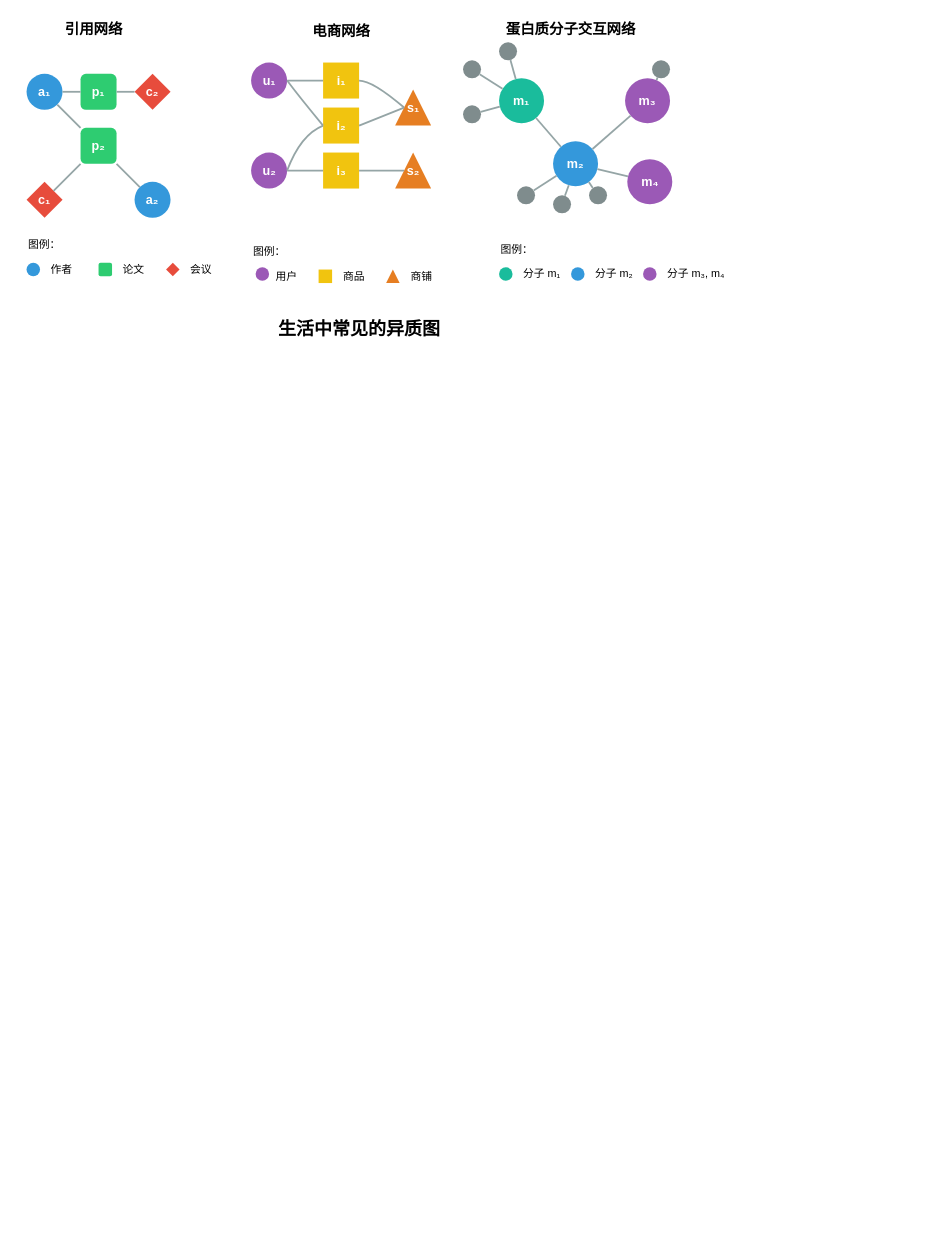
Above: bishe.drawio in BAWWH/baoyan-blog (draw.io), before the change. Source tidied: cells renumbered, new cells numbered last; positions are measured from the earlier drawing's top-left corner, leaving out a move shared by most shapes. Both pictures are drawn from the tidied source at 90%, with x=0, y=0 at pixel (22, 15).
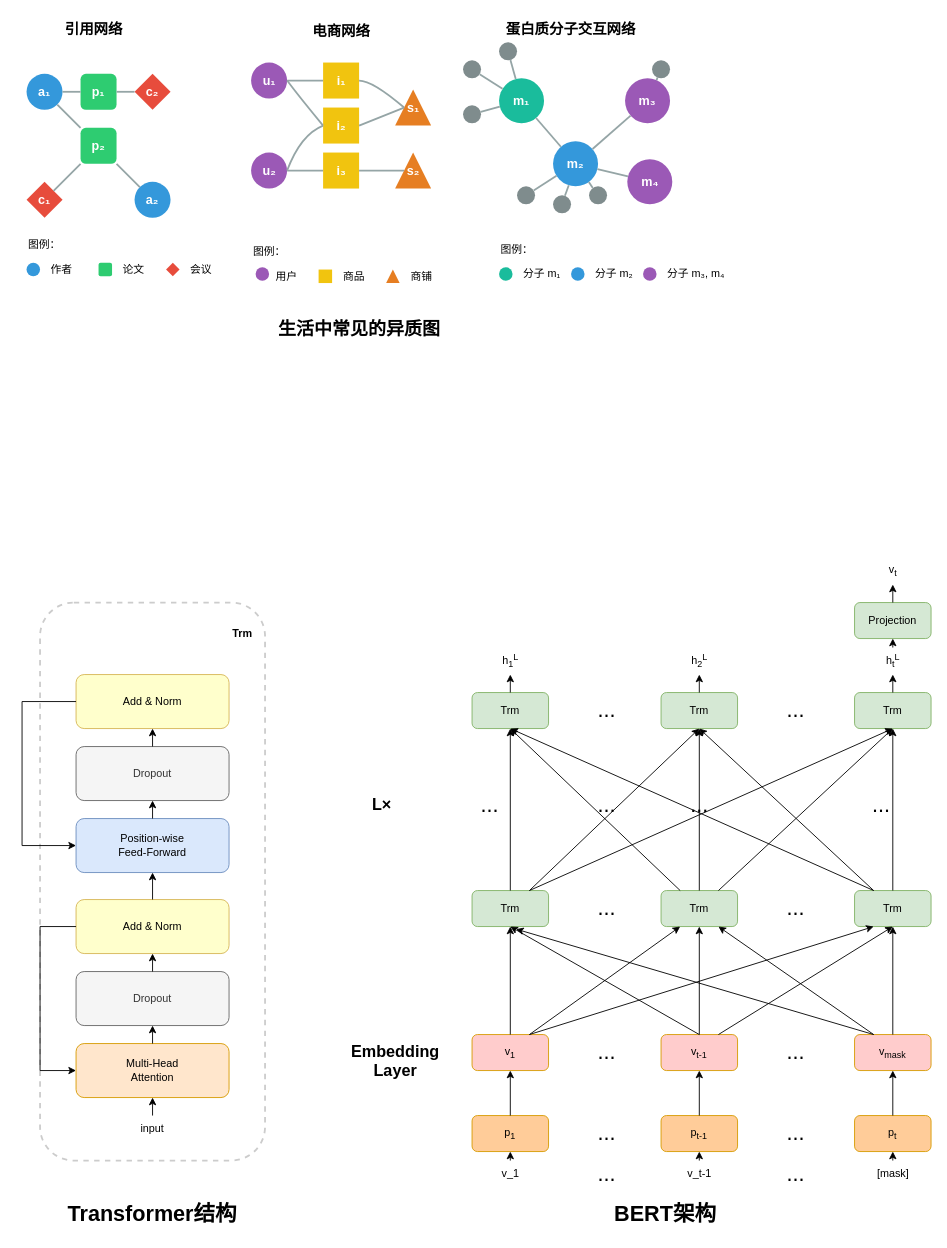
Above is the later version.

Change to the diagram source:
```diff
@@
+    <mxCell id="73" style="rounded=1;whiteSpace=wrap;html=1;dashed=1;strokeWidth=2;fillColor=none;strokeColor=#CCCCCC;" parent="1" vertex="1">
+      <mxGeometry x="20" y="652" width="250" height="620" as="geometry" />
+    </mxCell>
+    <mxCell id="74" value="Transformer结构" style="text;html=1;strokeColor=none;fillColor=none;align=center;verticalAlign=middle;whiteSpace=wrap;rounded=0;fontSize=24;fontStyle=1;" parent="1" vertex="1">
+      <mxGeometry x="20" y="1312" width="250" height="40" as="geometry" />
+    </mxCell>
+    <mxCell id="75" value="Add &amp; Norm" style="rounded=1;whiteSpace=wrap;html=1;fillColor=#FFFFCC;strokeColor=#d6b656;" parent="1" vertex="1">
+      <mxGeometry x="60" y="732" width="170" height="60" as="geometry" />
+    </mxCell>
+    <mxCell id="76" value="Dropout" style="rounded=1;whiteSpace=wrap;html=1;fillColor=#F5F5F5;strokeColor=#666666;fontColor=#333333;" parent="1" vertex="1">
+      <mxGeometry x="60" y="812" width="170" height="60" as="geometry" />
+    </mxCell>
+    <mxCell id="77" value="Position-wise&#10;Feed-Forward" style="rounded=1;whiteSpace=wrap;html=1;fillColor=#dae8fc;strokeColor=#6c8ebf;" parent="1" vertex="1">
+      <mxGeometry x="60" y="892" width="170" height="60" as="geometry" />
+    </mxCell>
+    <mxCell id="78" value="Add &amp; Norm" style="rounded=1;whiteSpace=wrap;html=1;fillColor=#FFFFCC;strokeColor=#d6b656;" parent="1" vertex="1">
+      <mxGeometry x="60" y="982" width="170" height="60" as="geometry" />
+    </mxCell>
+    <mxCell id="79" value="Dropout" style="rounded=1;whiteSpace=wrap;html=1;fillColor=#F5F5F5;strokeColor=#666666;fontColor=#333333;" parent="1" vertex="1">
+      <mxGeometry x="60" y="1062" width="170" height="60" as="geometry" />
+    </mxCell>
+    <mxCell id="80" value="Multi-Head&#10;Attention" style="rounded=1;whiteSpace=wrap;html=1;fillColor=#ffe6cc;strokeColor=#d79b00;" parent="1" vertex="1">
+      <mxGeometry x="60" y="1142" width="170" height="60" as="geometry" />
+    </mxCell>
+    <mxCell id="81" value="input" style="text;html=1;strokeColor=none;fillColor=none;align=center;verticalAlign=middle;whiteSpace=wrap;rounded=0;" parent="1" vertex="1">
+      <mxGeometry x="115" y="1222" width="60" height="30" as="geometry" />
+    </mxCell>
+    <mxCell id="82" value="Trm" style="text;html=1;strokeColor=none;fillColor=none;align=center;verticalAlign=middle;whiteSpace=wrap;rounded=0;fontStyle=1;" parent="1" vertex="1">
+      <mxGeometry x="225" y="672" width="40" height="30" as="geometry" />
+    </mxCell>
+    <mxCell id="83" style="endArrow=classic;html=1;rounded=0;entryX=0.5;entryY=1;entryDx=0;entryDy=0;exitX=0.5;exitY=0;exitDx=0;exitDy=0;" parent="1" edge="1" source="81" target="80">
+      <mxGeometry relative="1" as="geometry" />
+    </mxCell>
+    <mxCell id="84" style="endArrow=classic;html=1;rounded=0;entryX=0.5;entryY=1;entryDx=0;entryDy=0;exitX=0.5;exitY=0;exitDx=0;exitDy=0;" parent="1" edge="1" source="80" target="79">
+      <mxGeometry relative="1" as="geometry" />
+    </mxCell>
+    <mxCell id="85" style="endArrow=classic;html=1;rounded=0;entryX=0.5;entryY=1;entryDx=0;entryDy=0;exitX=0.5;exitY=0;exitDx=0;exitDy=0;" parent="1" edge="1" source="79" target="78">
+      <mxGeometry relative="1" as="geometry" />
+    </mxCell>
+    <mxCell id="86" style="endArrow=classic;html=1;rounded=0;entryX=0.5;entryY=1;entryDx=0;entryDy=0;exitX=0.5;exitY=0;exitDx=0;exitDy=0;" parent="1" edge="1" source="78" target="77">
+      <mxGeometry relative="1" as="geometry" />
+    </mxCell>
+    <mxCell id="87" style="endArrow=classic;html=1;rounded=0;entryX=0.5;entryY=1;entryDx=0;entryDy=0;exitX=0.5;exitY=0;exitDx=0;exitDy=0;" parent="1" edge="1" source="77" target="76">
+      <mxGeometry relative="1" as="geometry" />
+    </mxCell>
+    <mxCell id="88" style="endArrow=classic;html=1;rounded=0;entryX=0.5;entryY=1;entryDx=0;entryDy=0;exitX=0.5;exitY=0;exitDx=0;exitDy=0;" parent="1" edge="1" source="76" target="75">
+      <mxGeometry relative="1" as="geometry" />
+    </mxCell>
+    <mxCell id="89" style="endArrow=classic;html=1;rounded=0;exitX=0;exitY=0.5;exitDx=0;exitDy=0;entryX=0;entryY=0.5;entryDx=0;entryDy=0;" parent="1" edge="1" source="78" target="80">
+      <mxGeometry relative="1" as="geometry">
+        <Array as="points">
+          <mxPoint x="20" y="1012" />
+          <mxPoint x="20" y="1172" />
+        </Array>
+      </mxGeometry>
+    </mxCell>
+    <mxCell id="90" style="endArrow=classic;html=1;rounded=0;exitX=0;exitY=0.5;exitDx=0;exitDy=0;entryX=0;entryY=0.5;entryDx=0;entryDy=0;" parent="1" edge="1" source="75" target="77">
+      <mxGeometry relative="1" as="geometry">
+        <Array as="points">
+          <mxPoint y="762" />
+          <mxPoint y="922" />
+        </Array>
+      </mxGeometry>
+    </mxCell>
+    <mxCell id="91" value="BERT架构" style="text;html=1;strokeColor=none;fillColor=none;align=center;verticalAlign=middle;whiteSpace=wrap;rounded=0;fontSize=24;fontStyle=1;" parent="1" vertex="1">
+      <mxGeometry x="590" y="1312" width="250" height="40" as="geometry" />
+    </mxCell>
+    <mxCell id="92" value="Projection" style="rounded=1;whiteSpace=wrap;html=1;fillColor=#d5e8d4;strokeColor=#82b366;" parent="1" vertex="1">
+      <mxGeometry x="925" y="652" width="85" height="40" as="geometry" />
+    </mxCell>
+    <mxCell id="93" value="v&lt;sub&gt;t&lt;/sub&gt;" style="text;html=1;strokeColor=none;fillColor=none;align=center;verticalAlign=middle;whiteSpace=wrap;rounded=0;" parent="1" vertex="1">
+      <mxGeometry x="937.5" y="602" width="60" height="30" as="geometry" />
+    </mxCell>
+    <mxCell id="94" style="endArrow=classic;html=1;rounded=0;entryX=0.5;entryY=1;entryDx=0;entryDy=0;exitX=0.5;exitY=0;exitDx=0;exitDy=0;" parent="1" edge="1" source="92" target="93">
+      <mxGeometry relative="1" as="geometry" />
+    </mxCell>
+    <mxCell id="95" value="Trm" style="rounded=1;whiteSpace=wrap;html=1;fillColor=#d5e8d4;strokeColor=#82b366;" parent="1" vertex="1">
+      <mxGeometry x="500" y="752" width="85" height="40" as="geometry" />
+    </mxCell>
+    <mxCell id="96" value="Trm" style="rounded=1;whiteSpace=wrap;html=1;fillColor=#d5e8d4;strokeColor=#82b366;" parent="1" vertex="1">
+      <mxGeometry x="710" y="752" width="85" height="40" as="geometry" />
+    </mxCell>
+    <mxCell id="97" value="Trm" style="rounded=1;whiteSpace=wrap;html=1;fillColor=#d5e8d4;strokeColor=#82b366;" parent="1" vertex="1">
+      <mxGeometry x="925" y="752" width="85" height="40" as="geometry" />
+    </mxCell>
+    <mxCell id="98" value="h&lt;sub&gt;1&lt;/sub&gt;&lt;sup&gt;L&lt;/sup&gt;" style="text;html=1;strokeColor=none;fillColor=none;align=center;verticalAlign=middle;whiteSpace=wrap;rounded=0;" parent="1" vertex="1">
+      <mxGeometry x="512.5" y="702" width="60" height="30" as="geometry" />
+    </mxCell>
+    <mxCell id="99" value="h&lt;sub&gt;2&lt;/sub&gt;&lt;sup&gt;L&lt;/sup&gt;" style="text;html=1;strokeColor=none;fillColor=none;align=center;verticalAlign=middle;whiteSpace=wrap;rounded=0;" parent="1" vertex="1">
+      <mxGeometry x="722.5" y="702" width="60" height="30" as="geometry" />
+    </mxCell>
+    <mxCell id="100" value="h&lt;sub&gt;t&lt;/sub&gt;&lt;sup&gt;L&lt;/sup&gt;" style="text;html=1;strokeColor=none;fillColor=none;align=center;verticalAlign=middle;whiteSpace=wrap;rounded=0;" parent="1" vertex="1">
+      <mxGeometry x="937.5" y="702" width="60" height="30" as="geometry" />
+    </mxCell>
+    <mxCell id="101" style="endArrow=classic;html=1;rounded=0;entryX=0.5;entryY=1;entryDx=0;entryDy=0;exitX=0.5;exitY=0;exitDx=0;exitDy=0;" parent="1" edge="1" source="95" target="98">
+      <mxGeometry relative="1" as="geometry" />
+    </mxCell>
+    <mxCell id="102" style="endArrow=classic;html=1;rounded=0;entryX=0.5;entryY=1;entryDx=0;entryDy=0;exitX=0.5;exitY=0;exitDx=0;exitDy=0;" parent="1" edge="1" source="96" target="99">
+      <mxGeometry relative="1" as="geometry" />
+    </mxCell>
+    <mxCell id="103" style="endArrow=classic;html=1;rounded=0;entryX=0.5;entryY=1;entryDx=0;entryDy=0;exitX=0.5;exitY=0;exitDx=0;exitDy=0;" parent="1" edge="1" source="97" target="100">
+      <mxGeometry relative="1" as="geometry" />
+    </mxCell>
+    <mxCell id="104" style="endArrow=classic;html=1;rounded=0;entryX=0.5;entryY=1;entryDx=0;entryDy=0;exitX=0.5;exitY=0;exitDx=0;exitDy=0;" parent="1" edge="1" source="100" target="92">
+      <mxGeometry relative="1" as="geometry" />
+    </mxCell>
+    <mxCell id="105" value="L×" style="text;html=1;strokeColor=none;fillColor=none;align=center;verticalAlign=middle;whiteSpace=wrap;rounded=0;fontSize=18;fontStyle=1;" parent="1" vertex="1">
+      <mxGeometry x="370" y="862" width="60" height="30" as="geometry" />
+    </mxCell>
+    <mxCell id="106" value="Trm" style="rounded=1;whiteSpace=wrap;html=1;fillColor=#d5e8d4;strokeColor=#82b366;" parent="1" vertex="1">
+      <mxGeometry x="500" y="972" width="85" height="40" as="geometry" />
+    </mxCell>
+    <mxCell id="107" value="Trm" style="rounded=1;whiteSpace=wrap;html=1;fillColor=#d5e8d4;strokeColor=#82b366;" parent="1" vertex="1">
+      <mxGeometry x="710" y="972" width="85" height="40" as="geometry" />
+    </mxCell>
+    <mxCell id="108" value="Trm" style="rounded=1;whiteSpace=wrap;html=1;fillColor=#d5e8d4;strokeColor=#82b366;" parent="1" vertex="1">
+      <mxGeometry x="925" y="972" width="85" height="40" as="geometry" />
+    </mxCell>
+    <mxCell id="109" value="..." style="text;html=1;strokeColor=none;fillColor=none;align=center;verticalAlign=middle;whiteSpace=wrap;rounded=0;fontSize=24;" parent="1" vertex="1">
+      <mxGeometry x="620" y="757" width="60" height="30" as="geometry" />
+    </mxCell>
+    <mxCell id="110" value="..." style="text;html=1;strokeColor=none;fillColor=none;align=center;verticalAlign=middle;whiteSpace=wrap;rounded=0;fontSize=24;" parent="1" vertex="1">
+      <mxGeometry x="830" y="757" width="60" height="30" as="geometry" />
+    </mxCell>
+    <mxCell id="111" value="..." style="text;html=1;strokeColor=none;fillColor=none;align=center;verticalAlign=middle;whiteSpace=wrap;rounded=0;fontSize=24;" parent="1" vertex="1">
+      <mxGeometry x="490" y="862" width="60" height="30" as="geometry" />
+    </mxCell>
+    <mxCell id="112" value="..." style="text;html=1;strokeColor=none;fillColor=none;align=center;verticalAlign=middle;whiteSpace=wrap;rounded=0;fontSize=24;" parent="1" vertex="1">
+      <mxGeometry x="620" y="862" width="60" height="30" as="geometry" />
+    </mxCell>
+    <mxCell id="113" value="..." style="text;html=1;strokeColor=none;fillColor=none;align=center;verticalAlign=middle;whiteSpace=wrap;rounded=0;fontSize=24;" parent="1" vertex="1">
+      <mxGeometry x="722.5" y="862" width="60" height="30" as="geometry" />
+    </mxCell>
+    <mxCell id="114" value="..." style="text;html=1;strokeColor=none;fillColor=none;align=center;verticalAlign=middle;whiteSpace=wrap;rounded=0;fontSize=24;" parent="1" vertex="1">
+      <mxGeometry x="925" y="862" width="60" height="30" as="geometry" />
+    </mxCell>
+    <mxCell id="115" value="..." style="text;html=1;strokeColor=none;fillColor=none;align=center;verticalAlign=middle;whiteSpace=wrap;rounded=0;fontSize=24;" parent="1" vertex="1">
+      <mxGeometry x="620" y="977" width="60" height="30" as="geometry" />
+    </mxCell>
+    <mxCell id="116" value="..." style="text;html=1;strokeColor=none;fillColor=none;align=center;verticalAlign=middle;whiteSpace=wrap;rounded=0;fontSize=24;" parent="1" vertex="1">
+      <mxGeometry x="830" y="977" width="60" height="30" as="geometry" />
+    </mxCell>
+    <mxCell id="117" style="endArrow=classic;html=1;rounded=0;entryX=0.5;entryY=1;entryDx=0;entryDy=0;exitX=0.5;exitY=0;exitDx=0;exitDy=0;" parent="1" edge="1" source="106" target="95">
+      <mxGeometry relative="1" as="geometry" />
+    </mxCell>
+    <mxCell id="118" style="endArrow=classic;html=1;rounded=0;entryX=0.5;entryY=1;entryDx=0;entryDy=0;exitX=0.25;exitY=0;exitDx=0;exitDy=0;" parent="1" edge="1" source="107" target="95">
+      <mxGeometry relative="1" as="geometry" />
+    </mxCell>
+    <mxCell id="119" style="endArrow=classic;html=1;rounded=0;entryX=0.5;entryY=1;entryDx=0;entryDy=0;exitX=0.25;exitY=0;exitDx=0;exitDy=0;" parent="1" edge="1" source="108" target="95">
+      <mxGeometry relative="1" as="geometry" />
+    </mxCell>
+    <mxCell id="120" style="endArrow=classic;html=1;rounded=0;entryX=0.5;entryY=1;entryDx=0;entryDy=0;exitX=0.75;exitY=0;exitDx=0;exitDy=0;" parent="1" edge="1" source="106" target="96">
+      <mxGeometry relative="1" as="geometry" />
+    </mxCell>
+    <mxCell id="121" style="endArrow=classic;html=1;rounded=0;entryX=0.5;entryY=1;entryDx=0;entryDy=0;exitX=0.5;exitY=0;exitDx=0;exitDy=0;" parent="1" edge="1" source="107" target="96">
+      <mxGeometry relative="1" as="geometry" />
+    </mxCell>
+    <mxCell id="122" style="endArrow=classic;html=1;rounded=0;entryX=0.5;entryY=1;entryDx=0;entryDy=0;exitX=0.25;exitY=0;exitDx=0;exitDy=0;" parent="1" edge="1" source="108" target="96">
+      <mxGeometry relative="1" as="geometry" />
+    </mxCell>
+    <mxCell id="123" style="endArrow=classic;html=1;rounded=0;entryX=0.5;entryY=1;entryDx=0;entryDy=0;exitX=0.75;exitY=0;exitDx=0;exitDy=0;" parent="1" edge="1" source="106" target="97">
+      <mxGeometry relative="1" as="geometry" />
+    </mxCell>
+    <mxCell id="124" style="endArrow=classic;html=1;rounded=0;entryX=0.5;entryY=1;entryDx=0;entryDy=0;exitX=0.75;exitY=0;exitDx=0;exitDy=0;" parent="1" edge="1" source="107" target="97">
+      <mxGeometry relative="1" as="geometry" />
+    </mxCell>
+    <mxCell id="125" style="endArrow=classic;html=1;rounded=0;entryX=0.5;entryY=1;entryDx=0;entryDy=0;exitX=0.5;exitY=0;exitDx=0;exitDy=0;" parent="1" edge="1" source="108" target="97">
+      <mxGeometry relative="1" as="geometry" />
+    </mxCell>
+    <mxCell id="126" value="Embedding&#10;Layer" style="text;html=1;strokeColor=none;fillColor=none;align=center;verticalAlign=middle;whiteSpace=wrap;rounded=0;fontSize=18;fontStyle=1;" parent="1" vertex="1">
+      <mxGeometry x="370" y="1142" width="90" height="40" as="geometry" />
+    </mxCell>
+    <mxCell id="127" value="v&lt;sub&gt;1&lt;/sub&gt;" style="rounded=1;whiteSpace=wrap;html=1;fillColor=#ffcccc;strokeColor=#d79b00;" parent="1" vertex="1">
+      <mxGeometry x="500" y="1132" width="85" height="40" as="geometry" />
+    </mxCell>
+    <mxCell id="128" value="v&lt;sub&gt;t-1&lt;/sub&gt;" style="rounded=1;whiteSpace=wrap;html=1;fillColor=#ffcccc;strokeColor=#d79b00;" parent="1" vertex="1">
+      <mxGeometry x="710" y="1132" width="85" height="40" as="geometry" />
+    </mxCell>
+    <mxCell id="129" value="v&lt;sub&gt;mask&lt;/sub&gt;" style="rounded=1;whiteSpace=wrap;html=1;fillColor=#ffcccc;strokeColor=#d79b00;" parent="1" vertex="1">
+      <mxGeometry x="925" y="1132" width="85" height="40" as="geometry" />
+    </mxCell>
+    <mxCell id="130" value="p&lt;sub&gt;1&lt;/sub&gt;" style="rounded=1;whiteSpace=wrap;html=1;fillColor=#ffcc99;strokeColor=#d79b00;" parent="1" vertex="1">
+      <mxGeometry x="500" y="1222" width="85" height="40" as="geometry" />
+    </mxCell>
+    <mxCell id="131" value="p&lt;sub&gt;t-1&lt;/sub&gt;" style="rounded=1;whiteSpace=wrap;html=1;fillColor=#ffcc99;strokeColor=#d79b00;" parent="1" vertex="1">
+      <mxGeometry x="710" y="1222" width="85" height="40" as="geometry" />
+    </mxCell>
+    <mxCell id="132" value="p&lt;sub&gt;t&lt;/sub&gt;" style="rounded=1;whiteSpace=wrap;html=1;fillColor=#ffcc99;strokeColor=#d79b00;" parent="1" vertex="1">
+      <mxGeometry x="925" y="1222" width="85" height="40" as="geometry" />
+    </mxCell>
+    <mxCell id="133" value="v_1" style="text;html=1;strokeColor=none;fillColor=none;align=center;verticalAlign=middle;whiteSpace=wrap;rounded=0;" parent="1" vertex="1">
+      <mxGeometry x="512.5" y="1272" width="60" height="30" as="geometry" />
+    </mxCell>
+    <mxCell id="134" value="v_t-1" style="text;html=1;strokeColor=none;fillColor=none;align=center;verticalAlign=middle;whiteSpace=wrap;rounded=0;" parent="1" vertex="1">
+      <mxGeometry x="722.5" y="1272" width="60" height="30" as="geometry" />
+    </mxCell>
+    <mxCell id="135" value="[mask]" style="text;html=1;strokeColor=none;fillColor=none;align=center;verticalAlign=middle;whiteSpace=wrap;rounded=0;" parent="1" vertex="1">
+      <mxGeometry x="937.5" y="1272" width="60" height="30" as="geometry" />
+    </mxCell>
+    <mxCell id="136" style="endArrow=classic;html=1;rounded=0;entryX=0.5;entryY=1;entryDx=0;entryDy=0;exitX=0.5;exitY=0;exitDx=0;exitDy=0;" parent="1" edge="1" source="133" target="130">
+      <mxGeometry relative="1" as="geometry" />
+    </mxCell>
+    <mxCell id="137" style="endArrow=classic;html=1;rounded=0;entryX=0.5;entryY=1;entryDx=0;entryDy=0;exitX=0.5;exitY=0;exitDx=0;exitDy=0;" parent="1" edge="1" source="134" target="131">
+      <mxGeometry relative="1" as="geometry" />
+    </mxCell>
+    <mxCell id="138" style="endArrow=classic;html=1;rounded=0;entryX=0.5;entryY=1;entryDx=0;entryDy=0;exitX=0.5;exitY=0;exitDx=0;exitDy=0;" parent="1" edge="1" source="135" target="132">
+      <mxGeometry relative="1" as="geometry" />
+    </mxCell>
+    <mxCell id="139" style="endArrow=classic;html=1;rounded=0;entryX=0.5;entryY=1;entryDx=0;entryDy=0;exitX=0.5;exitY=0;exitDx=0;exitDy=0;" parent="1" edge="1" source="130" target="127">
+      <mxGeometry relative="1" as="geometry" />
+    </mxCell>
+    <mxCell id="140" style="endArrow=classic;html=1;rounded=0;entryX=0.5;entryY=1;entryDx=0;entryDy=0;exitX=0.5;exitY=0;exitDx=0;exitDy=0;" parent="1" edge="1" source="131" target="128">
+      <mxGeometry relative="1" as="geometry" />
+    </mxCell>
+    <mxCell id="141" style="endArrow=classic;html=1;rounded=0;entryX=0.5;entryY=1;entryDx=0;entryDy=0;exitX=0.5;exitY=0;exitDx=0;exitDy=0;" parent="1" edge="1" source="132" target="129">
+      <mxGeometry relative="1" as="geometry" />
+    </mxCell>
+    <mxCell id="142" style="endArrow=classic;html=1;rounded=0;entryX=0.5;entryY=1;entryDx=0;entryDy=0;exitX=0.5;exitY=0;exitDx=0;exitDy=0;" parent="1" edge="1" source="127" target="106">
+      <mxGeometry relative="1" as="geometry" />
+    </mxCell>
+    <mxCell id="143" style="endArrow=classic;html=1;rounded=0;entryX=0.25;entryY=1;entryDx=0;entryDy=0;exitX=0.75;exitY=0;exitDx=0;exitDy=0;" parent="1" edge="1" source="127" target="107">
+      <mxGeometry relative="1" as="geometry" />
+    </mxCell>
+    <mxCell id="144" style="endArrow=classic;html=1;rounded=0;entryX=0.25;entryY=1;entryDx=0;entryDy=0;exitX=0.75;exitY=0;exitDx=0;exitDy=0;" parent="1" edge="1" source="127" target="108">
+      <mxGeometry relative="1" as="geometry" />
+    </mxCell>
+    <mxCell id="145" style="endArrow=classic;html=1;rounded=0;exitX=0.5;exitY=0;exitDx=0;exitDy=0;entryX=0.5;entryY=1;entryDx=0;entryDy=0;" parent="1" edge="1" source="128" target="106">
+      <mxGeometry relative="1" as="geometry" />
+    </mxCell>
+    <mxCell id="146" style="endArrow=classic;html=1;rounded=0;entryX=0.5;entryY=1;entryDx=0;entryDy=0;exitX=0.5;exitY=0;exitDx=0;exitDy=0;" parent="1" edge="1" source="128" target="107">
+      <mxGeometry relative="1" as="geometry" />
+    </mxCell>
+    <mxCell id="147" style="endArrow=classic;html=1;rounded=0;entryX=0.5;entryY=1;entryDx=0;entryDy=0;exitX=0.75;exitY=0;exitDx=0;exitDy=0;" parent="1" edge="1" source="128" target="108">
+      <mxGeometry relative="1" as="geometry" />
+    </mxCell>
+    <mxCell id="148" style="endArrow=classic;html=1;rounded=0;entryX=0.575;entryY=1.071;entryDx=0;entryDy=0;exitX=0.25;exitY=0;exitDx=0;exitDy=0;entryPerimeter=0;" parent="1" edge="1" source="129" target="106">
+      <mxGeometry relative="1" as="geometry" />
+    </mxCell>
+    <mxCell id="149" style="endArrow=classic;html=1;rounded=0;entryX=0.75;entryY=1;entryDx=0;entryDy=0;exitX=0.25;exitY=0;exitDx=0;exitDy=0;" parent="1" edge="1" source="129" target="107">
+      <mxGeometry relative="1" as="geometry" />
+    </mxCell>
+    <mxCell id="150" style="endArrow=classic;html=1;rounded=0;entryX=0.5;entryY=1;entryDx=0;entryDy=0;exitX=0.5;exitY=0;exitDx=0;exitDy=0;" parent="1" edge="1" source="129" target="108">
+      <mxGeometry relative="1" as="geometry" />
+    </mxCell>
+    <mxCell id="151" value="..." style="text;html=1;strokeColor=none;fillColor=none;align=center;verticalAlign=middle;whiteSpace=wrap;rounded=0;fontSize=24;" parent="1" vertex="1">
+      <mxGeometry x="620" y="1137" width="60" height="30" as="geometry" />
+    </mxCell>
+    <mxCell id="152" value="..." style="text;html=1;strokeColor=none;fillColor=none;align=center;verticalAlign=middle;whiteSpace=wrap;rounded=0;fontSize=24;" parent="1" vertex="1">
+      <mxGeometry x="830" y="1137" width="60" height="30" as="geometry" />
+    </mxCell>
+    <mxCell id="153" value="..." style="text;html=1;strokeColor=none;fillColor=none;align=center;verticalAlign=middle;whiteSpace=wrap;rounded=0;fontSize=24;" parent="1" vertex="1">
+      <mxGeometry x="620" y="1227" width="60" height="30" as="geometry" />
+    </mxCell>
+    <mxCell id="154" value="..." style="text;html=1;strokeColor=none;fillColor=none;align=center;verticalAlign=middle;whiteSpace=wrap;rounded=0;fontSize=24;" parent="1" vertex="1">
+      <mxGeometry x="830" y="1227" width="60" height="30" as="geometry" />
+    </mxCell>
+    <mxCell id="155" value="..." style="text;html=1;strokeColor=none;fillColor=none;align=center;verticalAlign=middle;whiteSpace=wrap;rounded=0;fontSize=24;" parent="1" vertex="1">
+      <mxGeometry x="620" y="1272" width="60" height="30" as="geometry" />
+    </mxCell>
+    <mxCell id="156" value="..." style="text;html=1;strokeColor=none;fillColor=none;align=center;verticalAlign=middle;whiteSpace=wrap;rounded=0;fontSize=24;" parent="1" vertex="1">
+      <mxGeometry x="830" y="1272" width="60" height="30" as="geometry" />
+    </mxCell>
```
